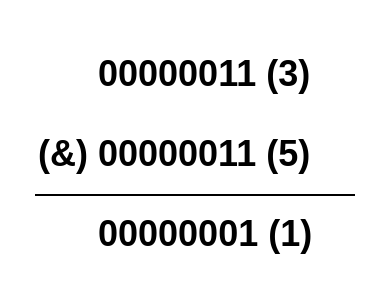
Above: 读书笔记/C程序设计(第三版)/image/12.b1.drawio in zxpbenson/notebook (draw.io), before the change. Source tidied: cells renumbered, new cells numbered last; positions are measured from the earlier drawing's top-left corner, leaving out a move shared by most shapes. Both pictures are drawn from the tidied source at 200%, with x=0, y=0 at pixel (34, 34).
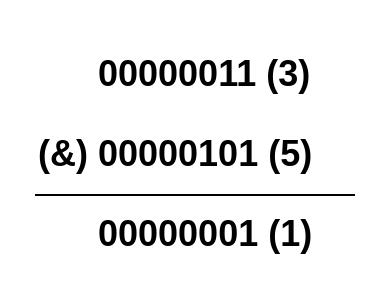
After the change.

Commit message (it also covers changes not shown here):
纠正12.b1图中错误

Diff of the diagram source:
```diff
@@
 <mxGraphModel>
   <root>
     <mxCell id="0" />
     <mxCell id="1" parent="0" />
-    <mxCell id="2" value="&lt;b style=&quot;font-size: 18px&quot;&gt;(&amp;amp;) 00000011 (5)&lt;br&gt;&lt;/b&gt;" style="text;html=1;strokeColor=none;fillColor=none;align=left;verticalAlign=middle;whiteSpace=wrap;rounded=0;" parent="1" vertex="1">
+    <mxCell id="2" value="&lt;b style=&quot;font-size: 18px&quot;&gt;(&amp;amp;) 00000101 (5)&lt;br&gt;&lt;/b&gt;" style="text;html=1;strokeColor=none;fillColor=none;align=left;verticalAlign=middle;whiteSpace=wrap;rounded=0;" parent="1" vertex="1">
       <mxGeometry y="40" width="160" height="40" as="geometry" />
     </mxCell>
     <mxCell id="3" value="&lt;b style=&quot;font-size: 18px&quot;&gt;00000011 (3)&lt;br&gt;&lt;/b&gt;" style="text;html=1;strokeColor=none;fillColor=none;align=left;verticalAlign=middle;whiteSpace=wrap;rounded=0;" parent="1" vertex="1">
       <mxGeometry x="30" width="130" height="40" as="geometry" />
     </mxCell>
     <mxCell id="4" style="endArrow=none;html=1;entryX=1;entryY=0;entryDx=0;entryDy=0;" parent="1" edge="1" target="5">
       <mxGeometry relative="1" as="geometry">
         <mxPoint y="80" as="sourcePoint" />
       </mxGeometry>
     </mxCell>
     <mxCell id="5" value="&lt;b style=&quot;font-size: 18px&quot;&gt;00000001 (1)&lt;br&gt;&lt;/b&gt;" style="text;html=1;strokeColor=none;fillColor=none;align=left;verticalAlign=middle;whiteSpace=wrap;rounded=0;" parent="1" vertex="1">
       <mxGeometry x="30" y="80" width="130" height="40" as="geometry" />
     </mxCell>
   </root>
 </mxGraphModel>
```
